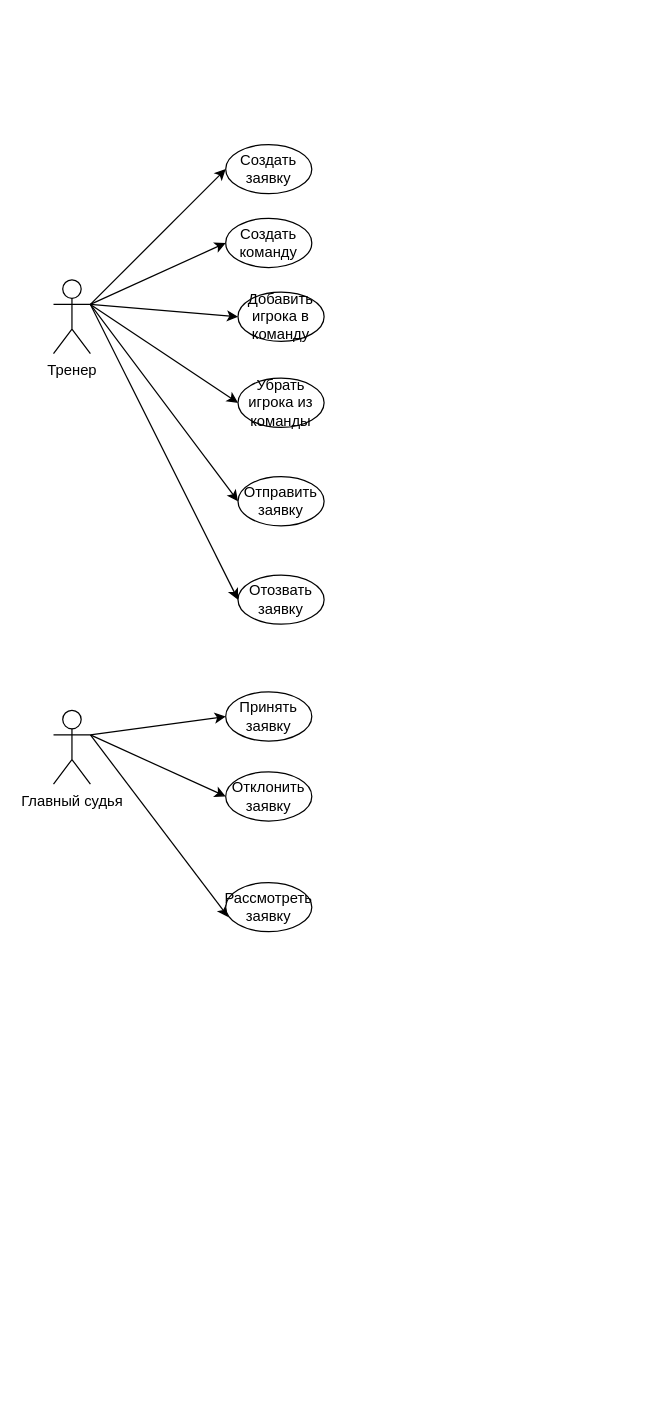
This is docs/use-case.drawio from IP-Golenischev/Curling-Competion-Registration, a draw.io file, before an edit. Source tidied: cells renumbered, new cells numbered last; positions are measured from the earlier drawing's top-left corner, leaving out a move shared by most shapes. Both pictures are drawn from the tidied source at 123%, with x=0, y=0 at pixel (53, 144).
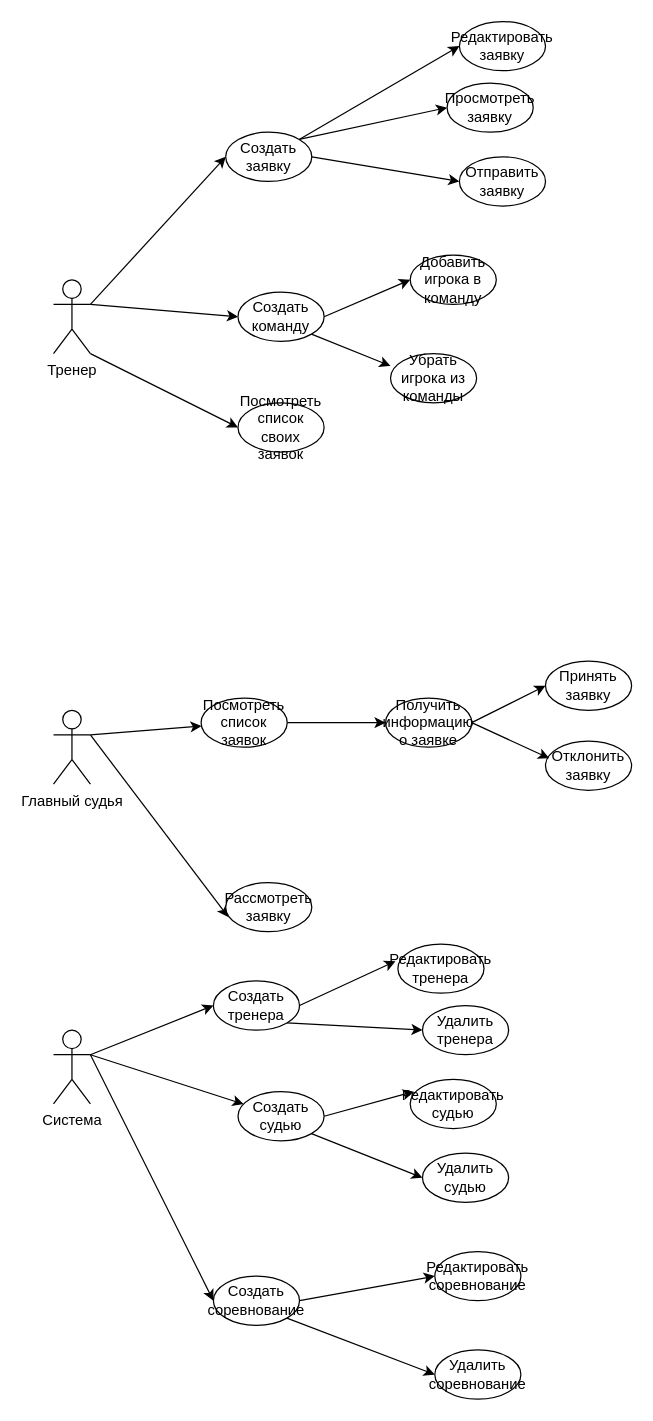
After the change.

Unchanged cells that the change refers to:
```xml
<mxCell id="8" value="Тренер" style="shape=umlActor;verticalLabelPosition=bottom;verticalAlign=top;html=1;outlineConnect=0;" parent="1" vertex="1">
  <mxGeometry y="110" width="30" height="60" as="geometry" />
</mxCell>
<mxCell id="17" value="Главный судья" style="shape=umlActor;verticalLabelPosition=bottom;verticalAlign=top;html=1;outlineConnect=0;" parent="1" vertex="1">
  <mxGeometry y="460" width="30" height="60" as="geometry" />
</mxCell>
```

Diff of the diagram source:
```diff
@@
-    <mxCell id="3" style="edgeStyle=none;html=1;exitX=1;exitY=0.3333333333333333;exitDx=0;exitDy=0;exitPerimeter=0;entryX=0;entryY=0.5;entryDx=0;entryDy=0;" parent="1" edge="1" source="8" target="10">
-      <mxGeometry relative="1" as="geometry" />
-    </mxCell>
-    <mxCell id="4" style="edgeStyle=none;html=1;exitX=1;exitY=0.3333333333333333;exitDx=0;exitDy=0;exitPerimeter=0;entryX=0;entryY=0.5;entryDx=0;entryDy=0;" parent="1" edge="1" source="8" target="11">
-      <mxGeometry relative="1" as="geometry" />
-    </mxCell>
@@
-    <mxCell id="6" style="edgeStyle=none;html=1;exitX=1;exitY=0.3333333333333333;exitDx=0;exitDy=0;exitPerimeter=0;entryX=0;entryY=0.5;entryDx=0;entryDy=0;" parent="1" edge="1" source="8" target="13">
-      <mxGeometry relative="1" as="geometry" />
-    </mxCell>
-    <mxCell id="7" style="edgeStyle=none;html=1;exitX=1;exitY=0.3333333333333333;exitDx=0;exitDy=0;exitPerimeter=0;entryX=0;entryY=0.5;entryDx=0;entryDy=0;" parent="1" edge="1" source="8" target="18">
-      <mxGeometry relative="1" as="geometry" />
-    </mxCell>
+    <mxCell id="22" style="edgeStyle=none;html=1;exitX=1;exitY=1;exitDx=0;exitDy=0;exitPerimeter=0;entryX=0;entryY=0.5;entryDx=0;entryDy=0;" parent="1" edge="1" source="8" target="39">
+      <mxGeometry relative="1" as="geometry" />
+    </mxCell>
@@
+    <mxCell id="23" style="edgeStyle=none;html=1;exitX=1;exitY=0.5;exitDx=0;exitDy=0;entryX=0;entryY=0.5;entryDx=0;entryDy=0;" parent="1" edge="1" source="9" target="10">
+      <mxGeometry relative="1" as="geometry" />
+    </mxCell>
+    <mxCell id="24" style="edgeStyle=none;html=1;exitX=1;exitY=1;exitDx=0;exitDy=0;entryX=0;entryY=0.25;entryDx=0;entryDy=0;entryPerimeter=0;" parent="1" edge="1" source="9" target="11">
+      <mxGeometry relative="1" as="geometry" />
+    </mxCell>
     <mxCell id="9" value="Создать команду" style="ellipse;whiteSpace=wrap;html=1;" parent="1" vertex="1">
-      <mxGeometry x="140" y="60" width="70" height="40" as="geometry" />
+      <mxGeometry x="150" y="120" width="70" height="40" as="geometry" />
     </mxCell>
     <mxCell id="10" value="Добавить игрока в команду" style="ellipse;whiteSpace=wrap;html=1;" parent="1" vertex="1">
-      <mxGeometry x="150" y="120" width="70" height="40" as="geometry" />
+      <mxGeometry x="290" y="90" width="70" height="40" as="geometry" />
     </mxCell>
     <mxCell id="11" value="Убрать игрока из команды" style="ellipse;whiteSpace=wrap;html=1;" parent="1" vertex="1">
-      <mxGeometry x="150" y="190" width="70" height="40" as="geometry" />
+      <mxGeometry x="274" y="170" width="70" height="40" as="geometry" />
     </mxCell>
+    <mxCell id="25" style="edgeStyle=none;html=1;exitX=1;exitY=0.5;exitDx=0;exitDy=0;entryX=0;entryY=0.5;entryDx=0;entryDy=0;" parent="1" edge="1" source="12" target="13">
+      <mxGeometry relative="1" as="geometry" />
+    </mxCell>
+    <mxCell id="26" style="edgeStyle=none;html=1;exitX=1;exitY=0;exitDx=0;exitDy=0;entryX=0;entryY=0.5;entryDx=0;entryDy=0;" parent="1" edge="1" source="12" target="18">
+      <mxGeometry relative="1" as="geometry" />
+    </mxCell>
+    <mxCell id="27" style="edgeStyle=none;html=1;exitX=1;exitY=0;exitDx=0;exitDy=0;entryX=0;entryY=0.5;entryDx=0;entryDy=0;" parent="1" edge="1" source="12" target="38">
+      <mxGeometry relative="1" as="geometry" />
+    </mxCell>
     <mxCell id="12" value="Создать заявку" style="ellipse;whiteSpace=wrap;html=1;" parent="1" vertex="1">
-      <mxGeometry x="140" width="70" height="40" as="geometry" />
+      <mxGeometry x="140" y="-10" width="70" height="40" as="geometry" />
     </mxCell>
     <mxCell id="13" value="Отправить заявку" style="ellipse;whiteSpace=wrap;html=1;" parent="1" vertex="1">
-      <mxGeometry x="150" y="270" width="70" height="40" as="geometry" />
+      <mxGeometry x="330" y="10" width="70" height="40" as="geometry" />
     </mxCell>
-    <mxCell id="14" style="edgeStyle=none;html=1;entryX=0;entryY=0.5;entryDx=0;entryDy=0;" parent="1" edge="1" target="19">
-      <mxGeometry relative="1" as="geometry">
-        <mxPoint x="30" y="480" as="sourcePoint" />
-      </mxGeometry>
-    </mxCell>
-    <mxCell id="15" style="edgeStyle=none;html=1;exitX=1;exitY=0.3333333333333333;exitDx=0;exitDy=0;exitPerimeter=0;entryX=0;entryY=0.5;entryDx=0;entryDy=0;" parent="1" edge="1" source="17" target="20">
-      <mxGeometry relative="1" as="geometry" />
-    </mxCell>
@@
+    <mxCell id="28" style="edgeStyle=none;html=1;exitX=1;exitY=0.3333333333333333;exitDx=0;exitDy=0;exitPerimeter=0;" parent="1" edge="1" source="17" target="30">
+      <mxGeometry relative="1" as="geometry" />
+    </mxCell>
@@
-    <mxCell id="18" value="Отозвать заявку" style="ellipse;whiteSpace=wrap;html=1;" parent="1" vertex="1">
-      <mxGeometry x="150" y="350" width="70" height="40" as="geometry" />
+    <mxCell id="18" value="Просмотреть заявку" style="ellipse;whiteSpace=wrap;html=1;" parent="1" vertex="1">
+      <mxGeometry x="320" y="-50" width="70" height="40" as="geometry" />
     </mxCell>
     <mxCell id="19" value="Принять заявку" style="ellipse;whiteSpace=wrap;html=1;" parent="1" vertex="1">
-      <mxGeometry x="140" y="445" width="70" height="40" as="geometry" />
+      <mxGeometry x="400" y="420" width="70" height="40" as="geometry" />
     </mxCell>
     <mxCell id="20" value="Отклонить заявку" style="ellipse;whiteSpace=wrap;html=1;" parent="1" vertex="1">
-      <mxGeometry x="140" y="510" width="70" height="40" as="geometry" />
+      <mxGeometry x="400" y="485" width="70" height="40" as="geometry" />
     </mxCell>
@@
+    <mxCell id="29" style="edgeStyle=none;html=1;exitX=1;exitY=0.5;exitDx=0;exitDy=0;entryX=0;entryY=0.5;entryDx=0;entryDy=0;" parent="1" edge="1" source="30" target="33">
+      <mxGeometry relative="1" as="geometry" />
+    </mxCell>
+    <mxCell id="30" value="Посмотреть список заявок" style="ellipse;whiteSpace=wrap;html=1;" parent="1" vertex="1">
+      <mxGeometry x="120" y="450" width="70" height="40" as="geometry" />
+    </mxCell>
+    <mxCell id="31" style="edgeStyle=none;html=1;exitX=1;exitY=0.5;exitDx=0;exitDy=0;entryX=0;entryY=0.5;entryDx=0;entryDy=0;" parent="1" edge="1" source="33" target="19">
+      <mxGeometry relative="1" as="geometry" />
+    </mxCell>
+    <mxCell id="32" style="edgeStyle=none;html=1;exitX=1;exitY=0.5;exitDx=0;exitDy=0;entryX=0.043;entryY=0.35;entryDx=0;entryDy=0;entryPerimeter=0;" parent="1" edge="1" source="33" target="20">
+      <mxGeometry relative="1" as="geometry" />
+    </mxCell>
+    <mxCell id="33" value="Получить информацию о заявке" style="ellipse;whiteSpace=wrap;html=1;" parent="1" vertex="1">
+      <mxGeometry x="270" y="450" width="70" height="40" as="geometry" />
+    </mxCell>
+    <mxCell id="34" style="edgeStyle=none;html=1;exitX=1;exitY=0.3333333333333333;exitDx=0;exitDy=0;exitPerimeter=0;entryX=0;entryY=0.5;entryDx=0;entryDy=0;" parent="1" edge="1" source="37" target="42">
+      <mxGeometry relative="1" as="geometry" />
+    </mxCell>
+    <mxCell id="35" style="edgeStyle=none;html=1;exitX=1;exitY=0.3333333333333333;exitDx=0;exitDy=0;exitPerimeter=0;" parent="1" edge="1" source="37" target="45">
+      <mxGeometry relative="1" as="geometry" />
+    </mxCell>
+    <mxCell id="36" style="edgeStyle=none;html=1;exitX=1;exitY=0.3333333333333333;exitDx=0;exitDy=0;exitPerimeter=0;entryX=0;entryY=0.5;entryDx=0;entryDy=0;" parent="1" edge="1" source="37" target="48">
+      <mxGeometry relative="1" as="geometry" />
+    </mxCell>
+    <mxCell id="37" value="Система" style="shape=umlActor;verticalLabelPosition=bottom;verticalAlign=top;html=1;" parent="1" vertex="1">
+      <mxGeometry y="720" width="30" height="60" as="geometry" />
+    </mxCell>
+    <mxCell id="38" value="Редактировать заявку" style="ellipse;whiteSpace=wrap;html=1;" parent="1" vertex="1">
+      <mxGeometry x="330" y="-100" width="70" height="40" as="geometry" />
+    </mxCell>
+    <mxCell id="39" value="Посмотреть список своих заявок" style="ellipse;whiteSpace=wrap;html=1;" parent="1" vertex="1">
+      <mxGeometry x="150" y="210" width="70" height="40" as="geometry" />
+    </mxCell>
+    <mxCell id="40" style="edgeStyle=none;html=1;exitX=1;exitY=0.5;exitDx=0;exitDy=0;entryX=-0.029;entryY=0.35;entryDx=0;entryDy=0;entryPerimeter=0;" parent="1" edge="1" source="42" target="49">
+      <mxGeometry relative="1" as="geometry" />
+    </mxCell>
+    <mxCell id="41" style="edgeStyle=none;html=1;exitX=1;exitY=1;exitDx=0;exitDy=0;entryX=0;entryY=0.5;entryDx=0;entryDy=0;" parent="1" edge="1" source="42" target="50">
+      <mxGeometry relative="1" as="geometry" />
+    </mxCell>
+    <mxCell id="42" value="Создать тренера" style="ellipse;whiteSpace=wrap;html=1;" parent="1" vertex="1">
+      <mxGeometry x="130" y="680" width="70" height="40" as="geometry" />
+    </mxCell>
+    <mxCell id="43" style="edgeStyle=none;html=1;exitX=1;exitY=0.5;exitDx=0;exitDy=0;entryX=0.043;entryY=0.25;entryDx=0;entryDy=0;entryPerimeter=0;" parent="1" edge="1" source="45" target="51">
+      <mxGeometry relative="1" as="geometry" />
+    </mxCell>
+    <mxCell id="44" style="edgeStyle=none;html=1;exitX=1;exitY=1;exitDx=0;exitDy=0;entryX=0;entryY=0.5;entryDx=0;entryDy=0;" parent="1" edge="1" source="45" target="52">
+      <mxGeometry relative="1" as="geometry" />
+    </mxCell>
+    <mxCell id="45" value="Создать судью" style="ellipse;whiteSpace=wrap;html=1;" parent="1" vertex="1">
+      <mxGeometry x="150" y="770" width="70" height="40" as="geometry" />
+    </mxCell>
+    <mxCell id="46" style="edgeStyle=none;html=1;exitX=1;exitY=0.5;exitDx=0;exitDy=0;entryX=0;entryY=0.5;entryDx=0;entryDy=0;" parent="1" edge="1" source="48" target="53">
+      <mxGeometry relative="1" as="geometry" />
+    </mxCell>
+    <mxCell id="47" style="edgeStyle=none;html=1;exitX=1;exitY=1;exitDx=0;exitDy=0;entryX=0;entryY=0.5;entryDx=0;entryDy=0;" parent="1" edge="1" source="48" target="54">
+      <mxGeometry relative="1" as="geometry" />
+    </mxCell>
+    <mxCell id="48" value="Создать соревнование" style="ellipse;whiteSpace=wrap;html=1;" parent="1" vertex="1">
+      <mxGeometry x="130" y="920" width="70" height="40" as="geometry" />
+    </mxCell>
+    <mxCell id="49" value="Редактировать тренера" style="ellipse;whiteSpace=wrap;html=1;" parent="1" vertex="1">
+      <mxGeometry x="280" y="650" width="70" height="40" as="geometry" />
+    </mxCell>
+    <mxCell id="50" value="Удалить тренера" style="ellipse;whiteSpace=wrap;html=1;" parent="1" vertex="1">
+      <mxGeometry x="300" y="700" width="70" height="40" as="geometry" />
+    </mxCell>
+    <mxCell id="51" value="Редактировать судью" style="ellipse;whiteSpace=wrap;html=1;" parent="1" vertex="1">
+      <mxGeometry x="290" y="760" width="70" height="40" as="geometry" />
+    </mxCell>
+    <mxCell id="52" value="Удалить судью" style="ellipse;whiteSpace=wrap;html=1;" parent="1" vertex="1">
+      <mxGeometry x="300" y="820" width="70" height="40" as="geometry" />
+    </mxCell>
+    <mxCell id="53" value="Редактировать соревнование" style="ellipse;whiteSpace=wrap;html=1;" parent="1" vertex="1">
+      <mxGeometry x="310" y="900" width="70" height="40" as="geometry" />
+    </mxCell>
+    <mxCell id="54" value="Удалить соревнование" style="ellipse;whiteSpace=wrap;html=1;" parent="1" vertex="1">
+      <mxGeometry x="310" y="980" width="70" height="40" as="geometry" />
+    </mxCell>
```
